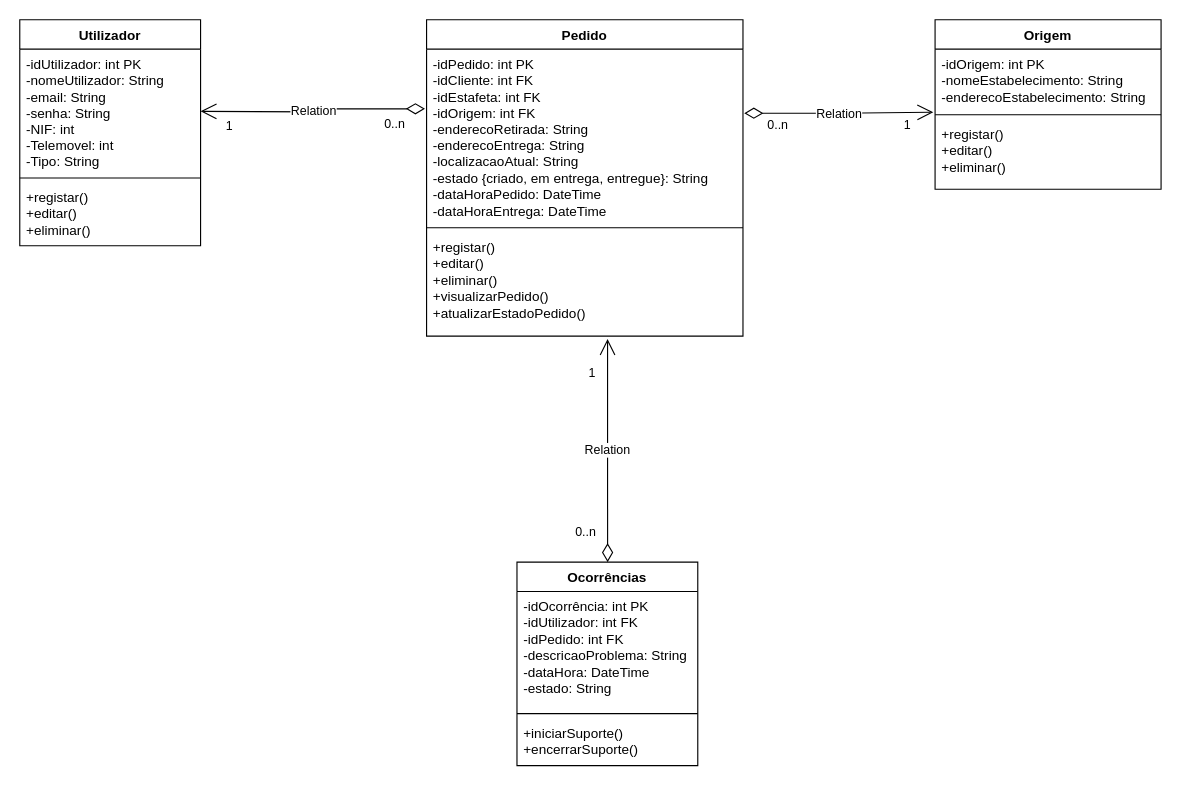
Earlier version of the draw.io diagram DiagramaClasse.drawio (DanilsonB/ProjetoJava). Source tidied: cells renumbered, new cells numbered last; positions are measured from the earlier drawing's top-left corner, leaving out a move shared by most shapes. Both pictures are drawn from the tidied source at 113%, with x=0, y=0 at pixel (19, 19).
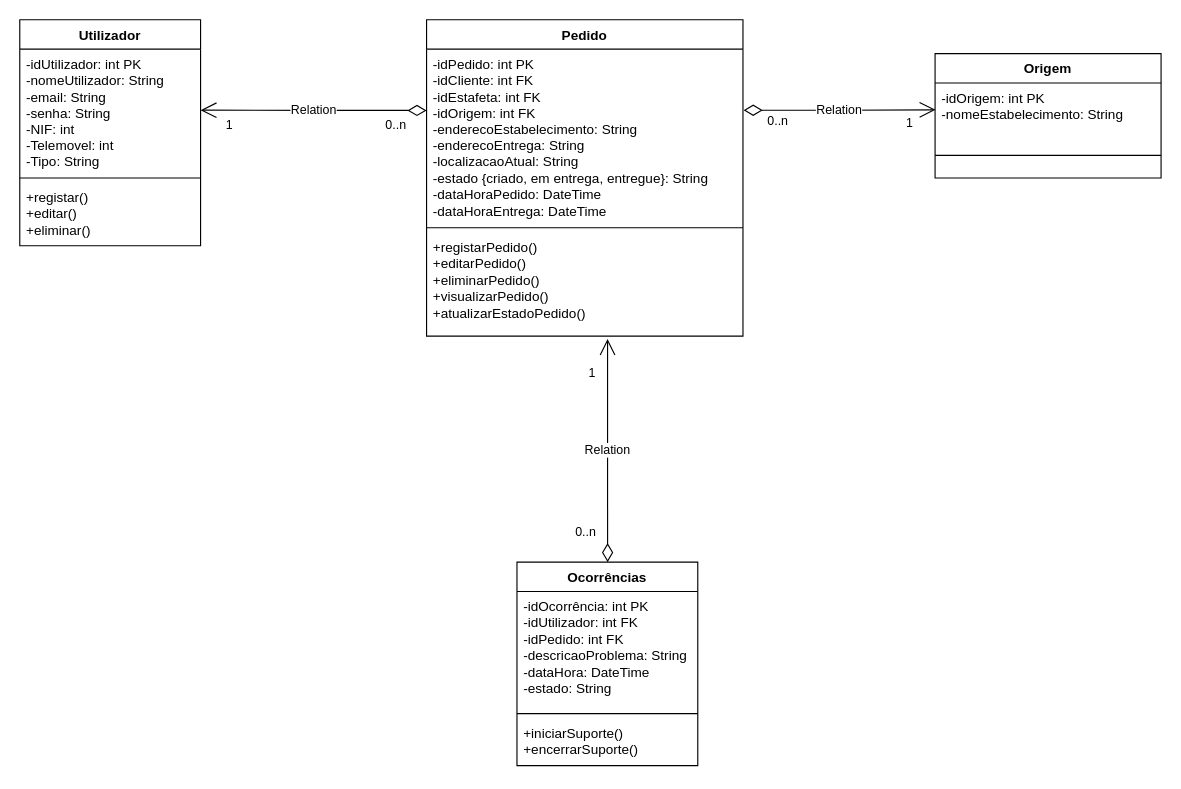
After the change.

The change refers to these unchanged cells:
```xml
<mxCell id="3" value="-idUtilizador: int PK&lt;div&gt;-&lt;span style=&quot;text-wrap: nowrap; background-color: initial;&quot;&gt;nomeUtilizador: String&lt;/span&gt;&lt;/div&gt;&lt;div&gt;&lt;span style=&quot;text-wrap: nowrap;&quot;&gt;-email: String&lt;/span&gt;&lt;span style=&quot;text-wrap: nowrap; background-color: initial;&quot;&gt;&lt;br&gt;&lt;/span&gt;&lt;/div&gt;&lt;div&gt;&lt;span style=&quot;text-wrap: nowrap;&quot;&gt;-senha: String&lt;/span&gt;&lt;span style=&quot;text-wrap: nowrap;&quot;&gt;&lt;br&gt;&lt;/span&gt;&lt;/div&gt;&lt;div&gt;&lt;span style=&quot;text-wrap: nowrap;&quot;&gt;-NIF: int&lt;/span&gt;&lt;br&gt;&lt;/div&gt;&lt;div&gt;&lt;span style=&quot;text-wrap: nowrap;&quot;&gt;-&lt;/span&gt;&lt;span style=&quot;text-wrap: nowrap; background-color: initial;&quot;&gt;Telemovel: int&lt;/span&gt;&lt;/div&gt;&lt;div&gt;&lt;span style=&quot;text-wrap: nowrap;&quot;&gt;-Tipo: String&lt;/span&gt;&lt;span style=&quot;text-wrap: nowrap; background-color: initial;&quot;&gt;&lt;br&gt;&lt;/span&gt;&lt;/div&gt;&lt;div&gt;&lt;span style=&quot;text-wrap: nowrap; background-color: initial;&quot;&gt;&lt;br&gt;&lt;/span&gt;&lt;/div&gt;" style="text;strokeColor=none;fillColor=none;align=left;verticalAlign=top;spacingLeft=4;spacingRight=4;overflow=hidden;points=[[0,0.5],[1,0.5]];portConstraint=eastwest;whiteSpace=wrap;html=1;" parent="2" vertex="1">
  <mxGeometry y="26" width="160" height="110" as="geometry" />
</mxCell>
<mxCell id="6" value="Pedido" style="swimlane;fontStyle=1;align=center;verticalAlign=top;horizontal=1;startSize=26;whiteSpace=wrap;html=1;" parent="1" vertex="1">
  <mxGeometry x="360" width="280" height="280" as="geometry" />
</mxCell>
```

The edit, as a diff of the source:
```diff
@@
-    <mxCell id="7" value="&lt;span style=&quot;text-wrap: nowrap;&quot;&gt;-idPedido: int PK&lt;/span&gt;&lt;div&gt;&lt;span style=&quot;text-wrap: nowrap;&quot;&gt;-idCliente: int FK&lt;/span&gt;&lt;span style=&quot;text-wrap: nowrap;&quot;&gt;&lt;br&gt;&lt;/span&gt;&lt;/div&gt;&lt;div&gt;&lt;span style=&quot;text-wrap: nowrap;&quot;&gt;-idEstafeta: int FK&lt;/span&gt;&lt;span style=&quot;text-wrap: nowrap;&quot;&gt;&lt;br&gt;&lt;/span&gt;&lt;/div&gt;&lt;div&gt;&lt;span style=&quot;text-wrap: nowrap;&quot;&gt;-idOrigem: int FK&lt;/span&gt;&lt;span style=&quot;text-wrap: nowrap;&quot;&gt;&lt;br&gt;&lt;/span&gt;&lt;/div&gt;&lt;div&gt;&lt;span style=&quot;text-wrap: nowrap;&quot;&gt;-enderecoRetirada: String&lt;/span&gt;&lt;span style=&quot;text-wrap: nowrap;&quot;&gt;&lt;br&gt;&lt;/span&gt;&lt;/div&gt;&lt;div&gt;&lt;span style=&quot;text-wrap: nowrap;&quot;&gt;-enderecoEntrega: String&lt;/span&gt;&lt;span style=&quot;text-wrap: nowrap;&quot;&gt;&lt;br&gt;&lt;/span&gt;&lt;/div&gt;&lt;div&gt;&lt;span style=&quot;text-wrap: nowrap;&quot;&gt;-localizacaoAtual: String&lt;/span&gt;&lt;span style=&quot;text-wrap: nowrap;&quot;&gt;&lt;br&gt;&lt;/span&gt;&lt;/div&gt;&lt;div&gt;&lt;span style=&quot;text-wrap: nowrap;&quot;&gt;-estado {criado, em entrega, entregue}: String&lt;/span&gt;&lt;span style=&quot;text-wrap: nowrap;&quot;&gt;&lt;br&gt;&lt;/span&gt;&lt;/div&gt;&lt;div&gt;&lt;span style=&quot;text-wrap: nowrap;&quot;&gt;-dataHoraPedido: DateTime&lt;/span&gt;&lt;span style=&quot;text-wrap: nowrap;&quot;&gt;&lt;br&gt;&lt;/span&gt;&lt;/div&gt;&lt;div&gt;&lt;span style=&quot;text-wrap: nowrap;&quot;&gt;-dataHoraEntrega: DateTime&lt;/span&gt;&lt;span style=&quot;text-wrap: nowrap;&quot;&gt;&lt;br&gt;&lt;/span&gt;&lt;/div&gt;" style="text;strokeColor=none;fillColor=none;align=left;verticalAlign=top;spacingLeft=4;spacingRight=4;overflow=hidden;points=[[0,0.5],[1,0.5]];portConstraint=eastwest;whiteSpace=wrap;html=1;" parent="6" vertex="1">
+    <mxCell id="7" value="&lt;span style=&quot;text-wrap: nowrap;&quot;&gt;-idPedido: int PK&lt;/span&gt;&lt;div&gt;&lt;span style=&quot;text-wrap: nowrap;&quot;&gt;-idCliente: int FK&lt;/span&gt;&lt;span style=&quot;text-wrap: nowrap;&quot;&gt;&lt;br&gt;&lt;/span&gt;&lt;/div&gt;&lt;div&gt;&lt;span style=&quot;text-wrap: nowrap;&quot;&gt;-idEstafeta: int FK&lt;/span&gt;&lt;span style=&quot;text-wrap: nowrap;&quot;&gt;&lt;br&gt;&lt;/span&gt;&lt;/div&gt;&lt;div&gt;&lt;span style=&quot;text-wrap: nowrap;&quot;&gt;-idOrigem: int FK&lt;/span&gt;&lt;span style=&quot;text-wrap: nowrap;&quot;&gt;&lt;br&gt;&lt;/span&gt;&lt;/div&gt;&lt;div&gt;&lt;span style=&quot;text-wrap: nowrap;&quot;&gt;-enderecoEstabelecimento: String&lt;/span&gt;&lt;span style=&quot;text-wrap: nowrap;&quot;&gt;&lt;br&gt;&lt;/span&gt;&lt;/div&gt;&lt;div&gt;&lt;span style=&quot;text-wrap: nowrap;&quot;&gt;-enderecoEntrega: String&lt;/span&gt;&lt;span style=&quot;text-wrap: nowrap;&quot;&gt;&lt;br&gt;&lt;/span&gt;&lt;/div&gt;&lt;div&gt;&lt;span style=&quot;text-wrap: nowrap;&quot;&gt;-localizacaoAtual: String&lt;/span&gt;&lt;span style=&quot;text-wrap: nowrap;&quot;&gt;&lt;br&gt;&lt;/span&gt;&lt;/div&gt;&lt;div&gt;&lt;span style=&quot;text-wrap: nowrap;&quot;&gt;-estado {criado, em entrega, entregue}: String&lt;/span&gt;&lt;span style=&quot;text-wrap: nowrap;&quot;&gt;&lt;br&gt;&lt;/span&gt;&lt;/div&gt;&lt;div&gt;&lt;span style=&quot;text-wrap: nowrap;&quot;&gt;-dataHoraPedido: DateTime&lt;/span&gt;&lt;span style=&quot;text-wrap: nowrap;&quot;&gt;&lt;br&gt;&lt;/span&gt;&lt;/div&gt;&lt;div&gt;&lt;span style=&quot;text-wrap: nowrap;&quot;&gt;-dataHoraEntrega: DateTime&lt;/span&gt;&lt;span style=&quot;text-wrap: nowrap;&quot;&gt;&lt;br&gt;&lt;/span&gt;&lt;/div&gt;" style="text;strokeColor=none;fillColor=none;align=left;verticalAlign=top;spacingLeft=4;spacingRight=4;overflow=hidden;points=[[0,0.5],[1,0.5]];portConstraint=eastwest;whiteSpace=wrap;html=1;" parent="6" vertex="1">
       <mxGeometry y="26" width="280" height="154" as="geometry" />
     </mxCell>
@@
-    <mxCell id="9" value="&lt;span style=&quot;text-wrap: nowrap;&quot;&gt;+registar()&lt;/span&gt;&lt;div&gt;&lt;span style=&quot;text-wrap: nowrap;&quot;&gt;+editar()&lt;/span&gt;&lt;span style=&quot;text-wrap: nowrap;&quot;&gt;&lt;br&gt;&lt;/span&gt;&lt;/div&gt;&lt;div&gt;&lt;span style=&quot;text-wrap: nowrap;&quot;&gt;+eliminar()&lt;/span&gt;&lt;/div&gt;&lt;div&gt;&lt;span style=&quot;text-wrap: nowrap;&quot;&gt;+visualizarPedido()&lt;/span&gt;&lt;span style=&quot;text-wrap: nowrap;&quot;&gt;&lt;br&gt;&lt;/span&gt;&lt;/div&gt;&lt;div&gt;&lt;span style=&quot;text-wrap: nowrap;&quot;&gt;+atualizarEstadoPedido()&lt;/span&gt;&lt;span style=&quot;text-wrap: nowrap;&quot;&gt;&lt;br&gt;&lt;/span&gt;&lt;/div&gt;" style="text;strokeColor=none;fillColor=none;align=left;verticalAlign=top;spacingLeft=4;spacingRight=4;overflow=hidden;points=[[0,0.5],[1,0.5]];portConstraint=eastwest;whiteSpace=wrap;html=1;" parent="6" vertex="1">
+    <mxCell id="9" value="&lt;span style=&quot;text-wrap: nowrap;&quot;&gt;+registarPedido()&lt;/span&gt;&lt;div&gt;&lt;span style=&quot;text-wrap: nowrap;&quot;&gt;+editar&lt;/span&gt;&lt;span style=&quot;text-wrap: nowrap; background-color: initial;&quot;&gt;Pedido&lt;/span&gt;&lt;span style=&quot;text-wrap: nowrap; background-color: initial;&quot;&gt;()&lt;/span&gt;&lt;/div&gt;&lt;div&gt;&lt;span style=&quot;text-wrap: nowrap;&quot;&gt;+eliminar&lt;/span&gt;&lt;span style=&quot;text-wrap: nowrap; background-color: initial;&quot;&gt;Pedido&lt;/span&gt;&lt;span style=&quot;text-wrap: nowrap; background-color: initial;&quot;&gt;()&lt;/span&gt;&lt;/div&gt;&lt;div&gt;&lt;span style=&quot;text-wrap: nowrap;&quot;&gt;+visualizarPedido()&lt;/span&gt;&lt;span style=&quot;text-wrap: nowrap;&quot;&gt;&lt;br&gt;&lt;/span&gt;&lt;/div&gt;&lt;div&gt;&lt;span style=&quot;text-wrap: nowrap;&quot;&gt;+atualizarEstadoPedido()&lt;/span&gt;&lt;span style=&quot;text-wrap: nowrap;&quot;&gt;&lt;br&gt;&lt;/span&gt;&lt;/div&gt;" style="text;strokeColor=none;fillColor=none;align=left;verticalAlign=top;spacingLeft=4;spacingRight=4;overflow=hidden;points=[[0,0.5],[1,0.5]];portConstraint=eastwest;whiteSpace=wrap;html=1;" parent="6" vertex="1">
       <mxGeometry y="188" width="280" height="92" as="geometry" />
     </mxCell>
     <mxCell id="10" value="Origem" style="swimlane;fontStyle=1;align=center;verticalAlign=top;horizontal=1;startSize=26;whiteSpace=wrap;html=1;" parent="1" vertex="1">
-      <mxGeometry x="810" width="200" height="150" as="geometry" />
+      <mxGeometry x="810" y="30" width="200" height="110" as="geometry" />
     </mxCell>
-    <mxCell id="11" value="&lt;span style=&quot;text-wrap: nowrap;&quot;&gt;-idOrigem: int PK&lt;/span&gt;&lt;div&gt;&lt;span style=&quot;text-wrap: nowrap;&quot;&gt;-nomeEstabelecimento: String&lt;/span&gt;&lt;span style=&quot;text-wrap: nowrap;&quot;&gt;&lt;br&gt;&lt;/span&gt;&lt;/div&gt;&lt;div&gt;&lt;span style=&quot;text-wrap: nowrap;&quot;&gt;-enderecoEstabelecimento: String&lt;/span&gt;&lt;span style=&quot;text-wrap: nowrap;&quot;&gt;&lt;br&gt;&lt;/span&gt;&lt;/div&gt;" style="text;strokeColor=none;fillColor=none;align=left;verticalAlign=top;spacingLeft=4;spacingRight=4;overflow=hidden;points=[[0,0.5],[1,0.5]];portConstraint=eastwest;whiteSpace=wrap;html=1;" parent="10" vertex="1">
-      <mxGeometry y="26" width="200" height="54" as="geometry" />
+    <mxCell id="11" value="&lt;span style=&quot;text-wrap: nowrap;&quot;&gt;-idOrigem: int PK&lt;/span&gt;&lt;div&gt;&lt;span style=&quot;text-wrap: nowrap;&quot;&gt;-nomeEstabelecimento: String&lt;/span&gt;&lt;/div&gt;" style="text;strokeColor=none;fillColor=none;align=left;verticalAlign=top;spacingLeft=4;spacingRight=4;overflow=hidden;points=[[0,0.5],[1,0.5]];portConstraint=eastwest;whiteSpace=wrap;html=1;" parent="10" vertex="1">
+      <mxGeometry y="26" width="200" height="44" as="geometry" />
     </mxCell>
     <mxCell id="12" style="line;strokeWidth=1;fillColor=none;align=left;verticalAlign=middle;spacingTop=-1;spacingLeft=3;spacingRight=3;labelPosition=right;strokeColor=inherit;" parent="10" vertex="1">
-      <mxGeometry y="80" width="200" height="8" as="geometry" />
+      <mxGeometry y="70" width="200" height="40" as="geometry" />
     </mxCell>
-    <mxCell id="13" value="&lt;span style=&quot;text-wrap: nowrap;&quot;&gt;+registar()&lt;/span&gt;&lt;div&gt;&lt;span style=&quot;text-wrap: nowrap;&quot;&gt;+editar()&lt;/span&gt;&lt;span style=&quot;text-wrap: nowrap;&quot;&gt;&lt;br&gt;&lt;/span&gt;&lt;/div&gt;&lt;div&gt;&lt;span style=&quot;text-wrap: nowrap;&quot;&gt;+eliminar()&lt;/span&gt;&lt;/div&gt;" style="text;strokeColor=none;fillColor=none;align=left;verticalAlign=top;spacingLeft=4;spacingRight=4;overflow=hidden;whiteSpace=wrap;html=1;" parent="10" vertex="1">
-      <mxGeometry y="88" width="200" height="62" as="geometry" />
-    </mxCell>
@@
-    <mxCell id="18" value="Relation" style="endArrow=open;html=1;endSize=12;startArrow=diamondThin;startSize=14;startFill=0;edgeStyle=orthogonalEdgeStyle;rounded=0;entryX=1.004;entryY=0.368;entryDx=0;entryDy=0;entryPerimeter=0;exitX=-0.005;exitY=0.343;exitDx=0;exitDy=0;exitPerimeter=0;" parent="1" edge="1" source="7">
-      <mxGeometry relative="1" as="geometry">
-        <mxPoint x="160" y="81" as="targetPoint" />
-      </mxGeometry>
+    <mxCell id="18" value="Relation" style="endArrow=open;html=1;endSize=12;startArrow=diamondThin;startSize=14;startFill=0;edgeStyle=orthogonalEdgeStyle;rounded=0;entryX=1;entryY=0.491;entryDx=0;entryDy=0;entryPerimeter=0;exitX=0;exitY=0.352;exitDx=0;exitDy=0;exitPerimeter=0;" parent="1" edge="1" source="7" target="3">
+      <mxGeometry relative="1" as="geometry" />
     </mxCell>
@@
-    <mxCell id="21" value="Relation" style="endArrow=open;html=1;endSize=12;startArrow=diamondThin;startSize=14;startFill=0;edgeStyle=orthogonalEdgeStyle;rounded=0;entryX=-0.008;entryY=1.034;entryDx=0;entryDy=0;entryPerimeter=0;exitX=1.004;exitY=0.368;exitDx=0;exitDy=0;exitPerimeter=0;" parent="1" edge="1" source="7" target="11">
+    <mxCell id="21" value="Relation" style="endArrow=open;html=1;endSize=12;startArrow=diamondThin;startSize=14;startFill=0;edgeStyle=orthogonalEdgeStyle;rounded=0;entryX=0.002;entryY=0.539;entryDx=0;entryDy=0;exitX=1.002;exitY=0.351;exitDx=0;exitDy=0;exitPerimeter=0;entryPerimeter=0;" parent="1" edge="1" source="7" target="11">
       <mxGeometry relative="1" as="geometry" />
     </mxCell>
```
